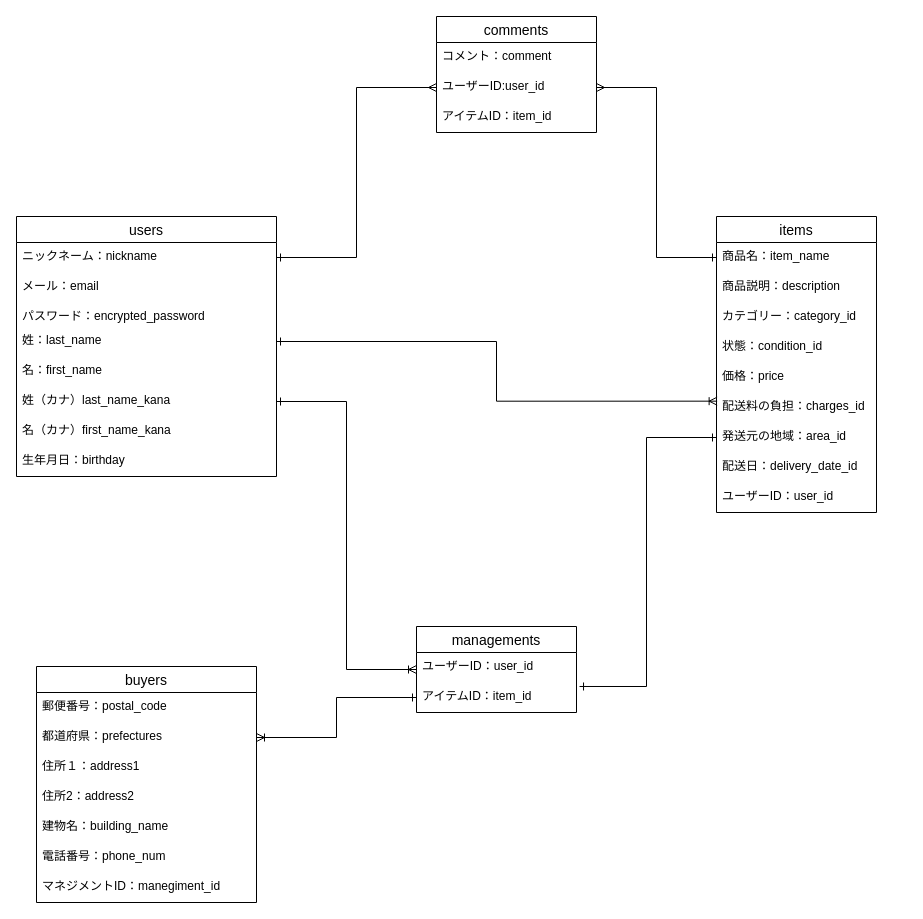
Koshi-Y/furima-35423 keeps this draw.io diagram as furima.dio. Above is the earlier version. Source tidied: cells renumbered, new cells numbered last; positions are measured from the earlier drawing's top-left corner, leaving out a move shared by most shapes. Both pictures are drawn from the tidied source at 100%, with x=0, y=0 at pixel (16, 16).
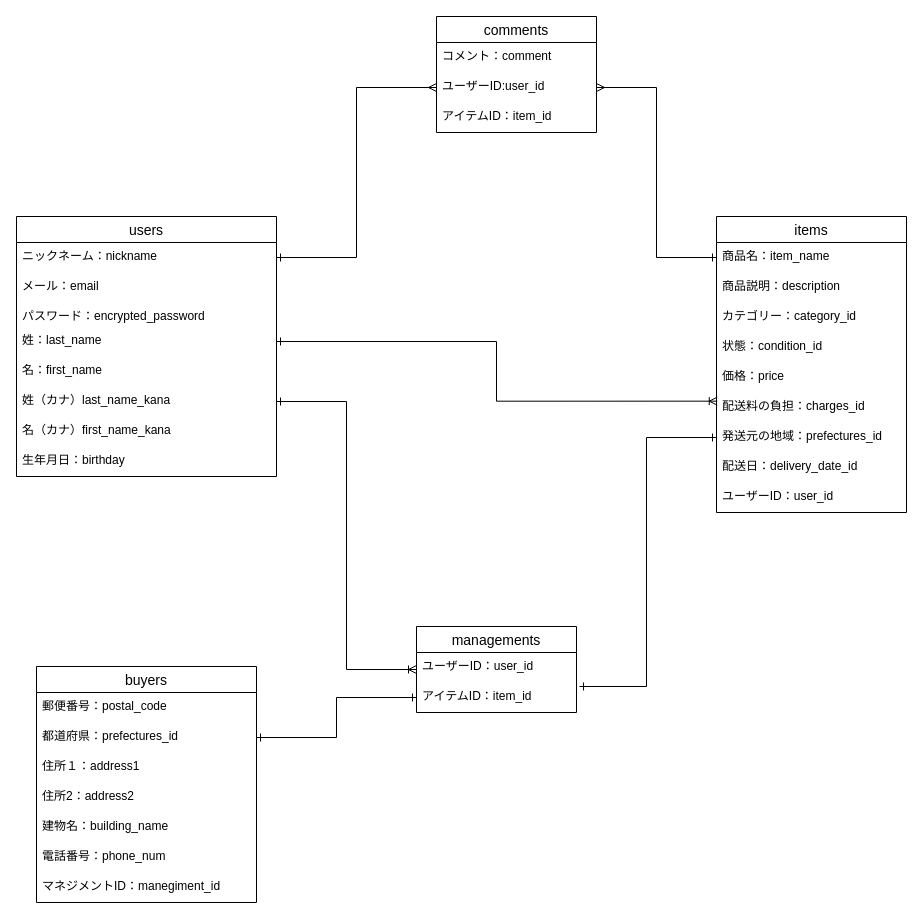
The same page after the edit.

Unchanged cells that the change refers to:
```xml
<mxCell id="21" value="buyers" style="swimlane;fontStyle=0;horizontal=1;startSize=26;align=center;fontSize=14;" parent="1" vertex="1">
  <mxGeometry x="20" y="650" width="220" height="236" as="geometry" />
</mxCell>
<mxCell id="38" value="アイテムID：item_id" style="text;strokeColor=none;fillColor=none;spacingLeft=4;spacingRight=4;overflow=hidden;points=[[0,0.5],[1,0.5]];portConstraint=eastwest;fontSize=12;" parent="36" vertex="1">
  <mxGeometry y="56" width="160" height="30" as="geometry" />
</mxCell>
```

The edit, as a diff of the source:
```diff
@@
     <mxCell id="11" value="items" style="swimlane;fontStyle=0;horizontal=1;startSize=26;align=center;fontSize=14;" parent="1" vertex="1">
-      <mxGeometry x="700" y="200" width="160" height="296" as="geometry" />
+      <mxGeometry x="700" y="200" width="190" height="296" as="geometry" />
     </mxCell>
     <mxCell id="12" value="商品名：item_name" style="text;strokeColor=none;fillColor=none;spacingLeft=4;spacingRight=4;overflow=hidden;points=[[0,0.5],[1,0.5]];portConstraint=eastwest;fontSize=12;" parent="11" vertex="1">
-      <mxGeometry y="26" width="160" height="30" as="geometry" />
+      <mxGeometry y="26" width="190" height="30" as="geometry" />
     </mxCell>
     <mxCell id="13" value="商品説明：description" style="text;strokeColor=none;fillColor=none;spacingLeft=4;spacingRight=4;overflow=hidden;fontSize=12;" parent="11" vertex="1">
-      <mxGeometry y="56" width="160" height="30" as="geometry" />
+      <mxGeometry y="56" width="190" height="30" as="geometry" />
     </mxCell>
     <mxCell id="14" value="カテゴリー：category_id" style="text;strokeColor=none;fillColor=none;spacingLeft=4;spacingRight=4;overflow=hidden;fontSize=12;" parent="11" vertex="1">
-      <mxGeometry y="86" width="160" height="30" as="geometry" />
+      <mxGeometry y="86" width="190" height="30" as="geometry" />
     </mxCell>
     <mxCell id="15" value="状態：condition_id" style="text;strokeColor=none;fillColor=none;spacingLeft=4;spacingRight=4;overflow=hidden;fontSize=12;" parent="11" vertex="1">
-      <mxGeometry y="116" width="160" height="30" as="geometry" />
+      <mxGeometry y="116" width="190" height="30" as="geometry" />
     </mxCell>
     <mxCell id="16" value="価格：price" style="text;strokeColor=none;fillColor=none;spacingLeft=4;spacingRight=4;overflow=hidden;fontSize=12;" parent="11" vertex="1">
-      <mxGeometry y="146" width="160" height="30" as="geometry" />
+      <mxGeometry y="146" width="190" height="30" as="geometry" />
     </mxCell>
     <mxCell id="17" value="配送料の負担：charges_id" style="text;strokeColor=none;fillColor=none;spacingLeft=4;spacingRight=4;overflow=hidden;points=[[0,0.5],[1,0.5]];portConstraint=eastwest;fontSize=12;" parent="11" vertex="1">
-      <mxGeometry y="176" width="160" height="30" as="geometry" />
+      <mxGeometry y="176" width="190" height="30" as="geometry" />
     </mxCell>
-    <mxCell id="18" value="発送元の地域：area_id" style="text;strokeColor=none;fillColor=none;spacingLeft=4;spacingRight=4;overflow=hidden;points=[[0,0.5],[1,0.5]];portConstraint=eastwest;fontSize=12;" parent="11" vertex="1">
-      <mxGeometry y="206" width="160" height="30" as="geometry" />
+    <mxCell id="18" value="発送元の地域：prefectures_id" style="text;strokeColor=none;fillColor=none;spacingLeft=4;spacingRight=4;overflow=hidden;points=[[0,0.5],[1,0.5]];portConstraint=eastwest;fontSize=12;" parent="11" vertex="1">
+      <mxGeometry y="206" width="190" height="30" as="geometry" />
     </mxCell>
     <mxCell id="19" value="配送日：delivery_date_id" style="text;strokeColor=none;fillColor=none;spacingLeft=4;spacingRight=4;overflow=hidden;fontSize=12;" parent="11" vertex="1">
-      <mxGeometry y="236" width="160" height="30" as="geometry" />
+      <mxGeometry y="236" width="190" height="30" as="geometry" />
     </mxCell>
     <mxCell id="20" value="ユーザーID：user_id" style="text;strokeColor=none;fillColor=none;spacingLeft=4;spacingRight=4;overflow=hidden;fontSize=12;" parent="11" vertex="1">
-      <mxGeometry y="266" width="160" height="30" as="geometry" />
+      <mxGeometry y="266" width="190" height="30" as="geometry" />
     </mxCell>
@@
-    <mxCell id="23" value="都道府県：prefectures" style="text;strokeColor=none;fillColor=none;spacingLeft=4;spacingRight=4;overflow=hidden;points=[[0,0.5],[1,0.5]];portConstraint=eastwest;fontSize=12;" parent="21" vertex="1">
+    <mxCell id="23" value="都道府県：prefectures_id" style="text;strokeColor=none;fillColor=none;spacingLeft=4;spacingRight=4;overflow=hidden;points=[[0,0.5],[1,0.5]];portConstraint=eastwest;fontSize=12;" parent="21" vertex="1">
       <mxGeometry y="56" width="220" height="30" as="geometry" />
     </mxCell>
@@
-    <mxCell id="41" style="edgeStyle=orthogonalEdgeStyle;rounded=0;jettySize=auto;html=1;exitX=1;exitY=0.5;exitDx=0;exitDy=0;entryX=0;entryY=0.5;entryDx=0;entryDy=0;startArrow=ERoneToMany;startFill=0;endArrow=ERone;endFill=0;" parent="1" edge="1" source="23" target="38">
+    <mxCell id="41" style="edgeStyle=orthogonalEdgeStyle;rounded=0;jettySize=auto;html=1;exitX=1;exitY=0.5;exitDx=0;exitDy=0;entryX=0;entryY=0.5;entryDx=0;entryDy=0;startArrow=ERone;startFill=0;endArrow=ERone;endFill=0;" parent="1" edge="1" source="23" target="38">
       <mxGeometry relative="1" as="geometry" />
     </mxCell>
```
